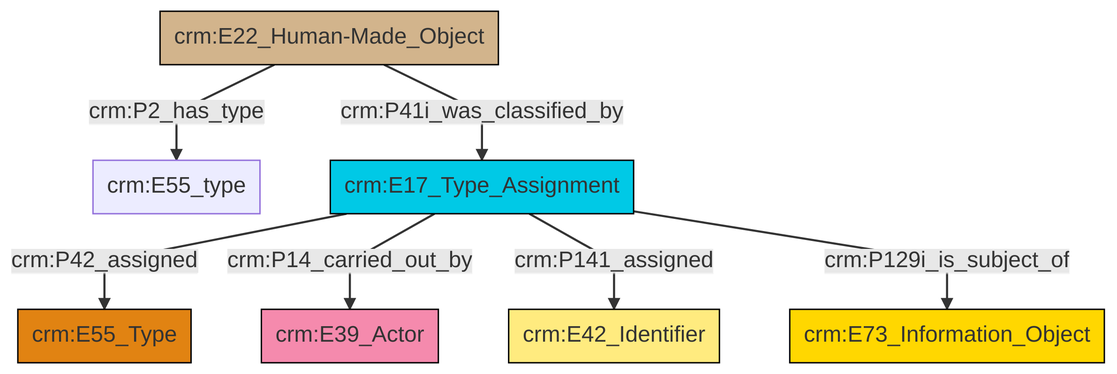
Earlier version of the Mermaid export et/builtWorkCSV/ttl/mmd/png/Built_Work_designation_status.png (swiss-art-research-net/reference-data-models). Its source is kept beside it as et/builtWorkCSV/ttl/mmd/Built_Work_designation_status.ttl.mmd.
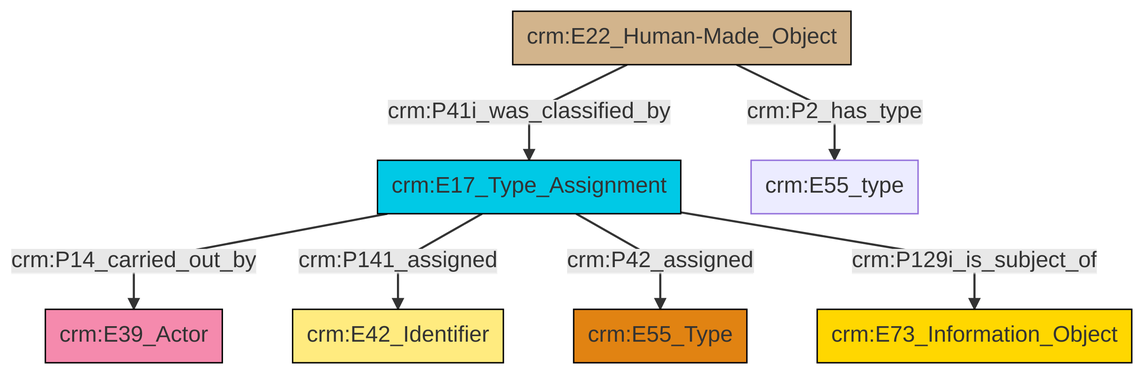
Above is the later version.

What changed in the source:
```diff
@@ -13,9 +13,9 @@
 classDef PC_Classes fill:#4ce600, stroke:#000000;
 classDef Multi fill:#cccccc,stroke:#000000;
 
-4["crm:E17_Type_Assignment"]:::Temporal_Entity -->|crm:P42_assigned| 5["crm:E55_Type"]:::Type
-6["crm:E22_Human-Made_Object"]:::Physical_Thing -->|crm:P2_has_type| 2["crm:E55_type"]:::Default
-4["crm:E17_Type_Assignment"]:::Temporal_Entity -->|crm:P14_carried_out_by| 0["crm:E39_Actor"]:::Actor
-4["crm:E17_Type_Assignment"]:::Temporal_Entity -->|crm:P141_assigned| 11["crm:E42_Identifier"]:::Appellation
-6["crm:E22_Human-Made_Object"]:::Physical_Thing -->|crm:P41i_was_classified_by| 4["crm:E17_Type_Assignment"]:::Temporal_Entity
-4["crm:E17_Type_Assignment"]:::Temporal_Entity -->|crm:P129i_is_subject_of| 9["crm:E73_Information_Object"]:::Conceptual_Object
+0["crm:E17_Type_Assignment"]:::Temporal_Entity -->|crm:P14_carried_out_by| 1["crm:E39_Actor"]:::Actor
+0["crm:E17_Type_Assignment"]:::Temporal_Entity -->|crm:P141_assigned| 2["crm:E42_Identifier"]:::Appellation
+4["crm:E22_Human-Made_Object"]:::Physical_Thing -->|crm:P2_has_type| 5["crm:E55_type"]:::Default
+4["crm:E22_Human-Made_Object"]:::Physical_Thing -->|crm:P41i_was_classified_by| 0["crm:E17_Type_Assignment"]:::Temporal_Entity
+0["crm:E17_Type_Assignment"]:::Temporal_Entity -->|crm:P42_assigned| 11["crm:E55_Type"]:::Type
+0["crm:E17_Type_Assignment"]:::Temporal_Entity -->|crm:P129i_is_subject_of| 9["crm:E73_Information_Object"]:::Conceptual_Object
```
